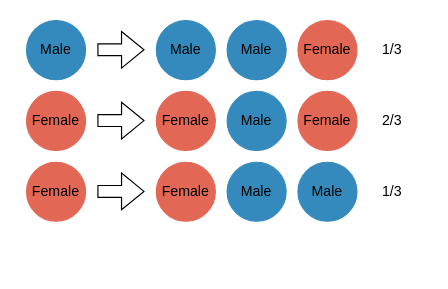
Above: Potential_speakers.drawio in mariespedersen/Thesis_github (draw.io), before the change. Source tidied: cells renumbered, new cells numbered last; positions are measured from the earlier drawing's top-left corner, leaving out a move shared by most shapes. Both pictures are drawn from the tidied source at 118%, with x=0, y=0 at pixel (26, 20).
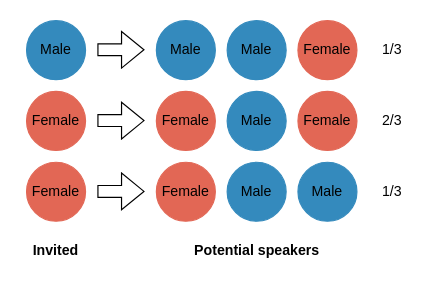
Above is the later version.

What changed in the source:
```diff
@@
+    <mxCell id="20" value="&lt;b&gt;Invited&lt;/b&gt;" style="text;html=1;strokeColor=none;fillColor=none;align=center;verticalAlign=middle;whiteSpace=wrap;rounded=0;" parent="1" vertex="1">
+      <mxGeometry x="-5" y="180" width="60" height="30" as="geometry" />
+    </mxCell>
+    <mxCell id="21" value="&lt;b&gt;Potential speakers&lt;/b&gt;" style="text;html=1;strokeColor=none;fillColor=none;align=center;verticalAlign=middle;whiteSpace=wrap;rounded=0;" parent="1" vertex="1">
+      <mxGeometry x="122.5" y="180" width="145" height="30" as="geometry" />
+    </mxCell>
```
